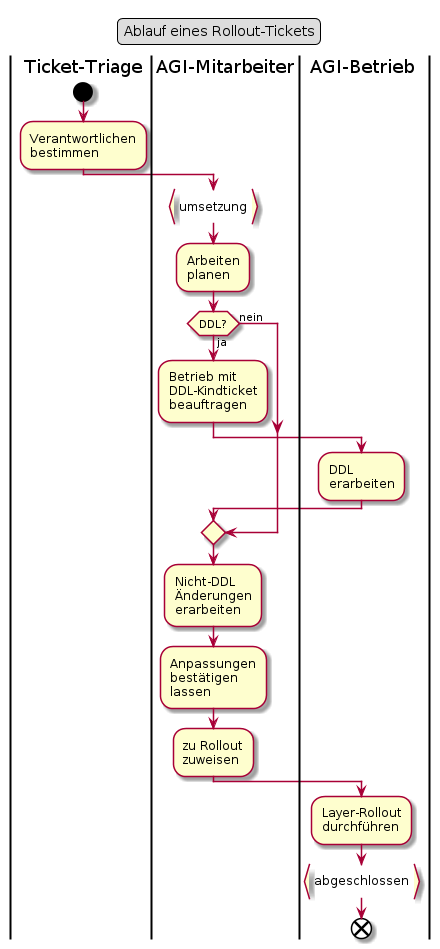
The PlantUML diagram puml_output/flow_rollout.png in ojeker/docktick, before a commit.
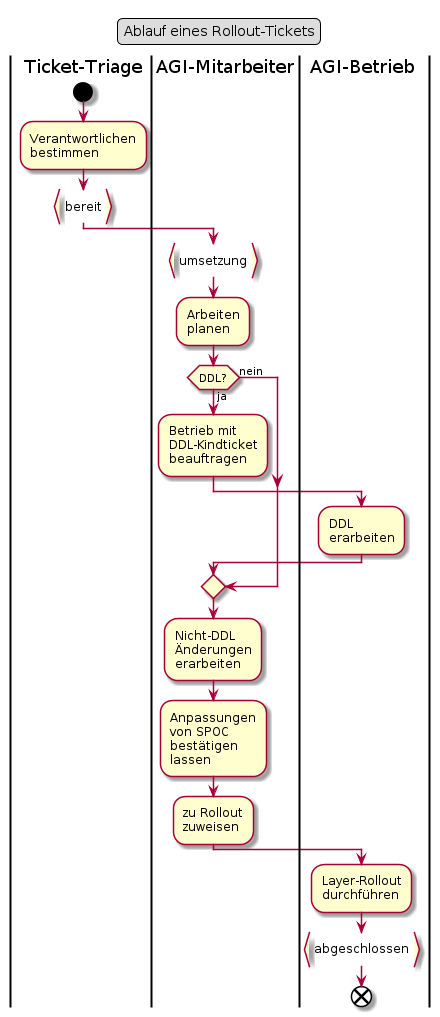
Later version of the same file.

Change to the diagram source:
```diff
@@ -6,6 +6,7 @@
 start
 :Verantwortlichen
 bestimmen;
+:bereit}
 |AGI-Mitarbeiter|
 
 :umsetzung}
@@ -35,6 +36,7 @@
 erarbeiten;
 
 :Anpassungen
+von SPOC
 bestätigen
 lassen;
 
```
